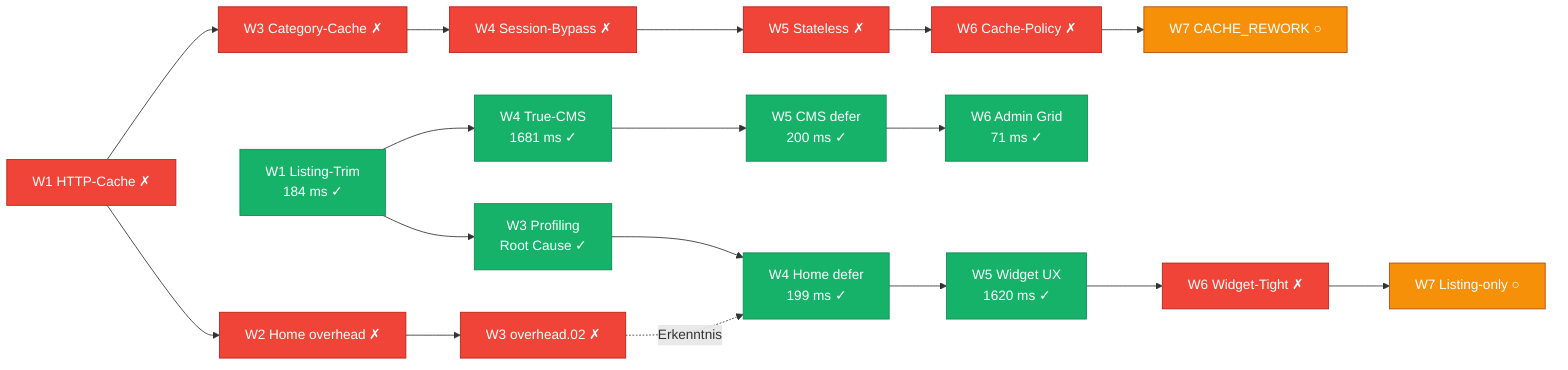
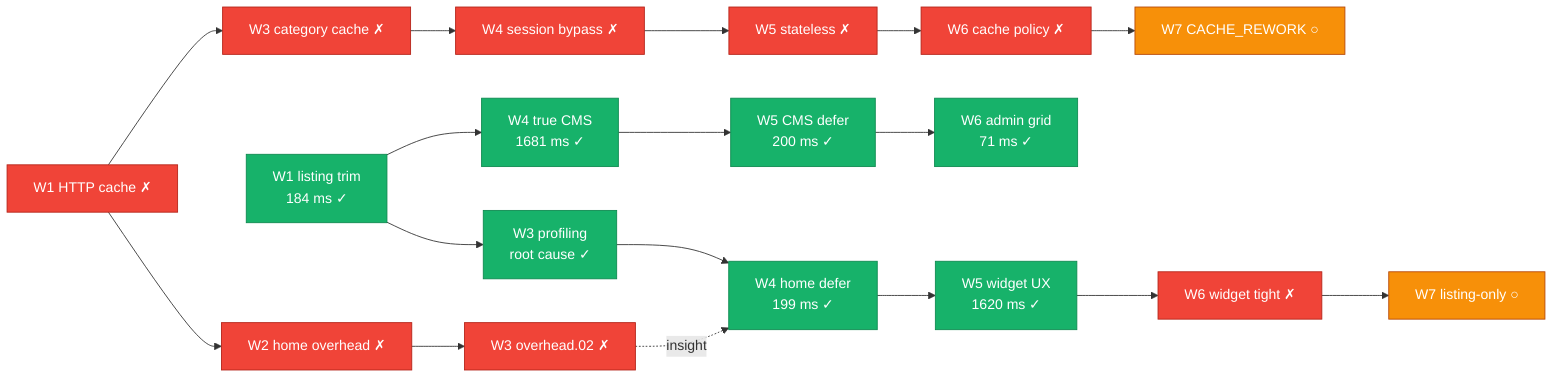
flowchart LR
-     W1["W1 Listing-Trim<br/>184 ms ✓"] --> W3["W3 Profiling<br/>Root Cause ✓"]
-     W3 --> W4D["W4 Home defer<br/>199 ms ✓"]
-     W4D --> W5W["W5 Widget UX<br/>1620 ms ✓"]
-     W1 --> W4T["W4 True-CMS<br/>1681 ms ✓"]
+     W1["W1 listing trim<br/>184 ms ✓"] --> W3["W3 profiling<br/>root cause ✓"]
+     W3 --> W4D["W4 home defer<br/>199 ms ✓"]
+     W4D --> W5W["W5 widget UX<br/>1620 ms ✓"]
+     W1 --> W4T["W4 true CMS<br/>1681 ms ✓"]
    W4T --> W5D["W5 CMS defer<br/>200 ms ✓"]
-     W5D --> W6G["W6 Admin Grid<br/>71 ms ✓"]
+     W5D --> W6G["W6 admin grid<br/>71 ms ✓"]

-     W1F["W1 HTTP-Cache ✗"] --> W2H["W2 Home overhead ✗"]
+     W1F["W1 HTTP cache ✗"] --> W2H["W2 home overhead ✗"]
    W2H --> W3H["W3 overhead.02 ✗"]
-     W3H -.Erkenntnis.-> W4D
-     W1F --> W3C["W3 Category-Cache ✗"]
-     W3C --> W4S["W4 Session-Bypass ✗"]
-     W4S --> W5S["W5 Stateless ✗"]
-     W5S --> W6S["W6 Cache-Policy ✗"]
+     W3H -.insight.-> W4D
+     W1F --> W3C["W3 category cache ✗"]
+     W3C --> W4S["W4 session bypass ✗"]
+     W4S --> W5S["W5 stateless ✗"]
+     W5S --> W6S["W6 cache policy ✗"]
    W6S --> W7S["W7 CACHE_REWORK ○"]

-     W5W --> W6W["W6 Widget-Tight ✗"]
-     W6W --> W7W["W7 Listing-only ○"]
+     W5W --> W6W["W6 widget tight ✗"]
+     W6W --> W7W["W7 listing-only ○"]

    classDef ok fill:#17B26A,stroke:#0E8A50,color:#fff;
    classDef bad fill:#F04438,stroke:#B42318,color:#fff;
    classDef plan fill:#F79009,stroke:#B54708,color:#fff;
    class W1,W3,W4D,W5W,W4T,W5D,W6G ok;
    class W1F,W2H,W3H,W3C,W4S,W5S,W6S,W6W bad;
    class W7S,W7W plan;
